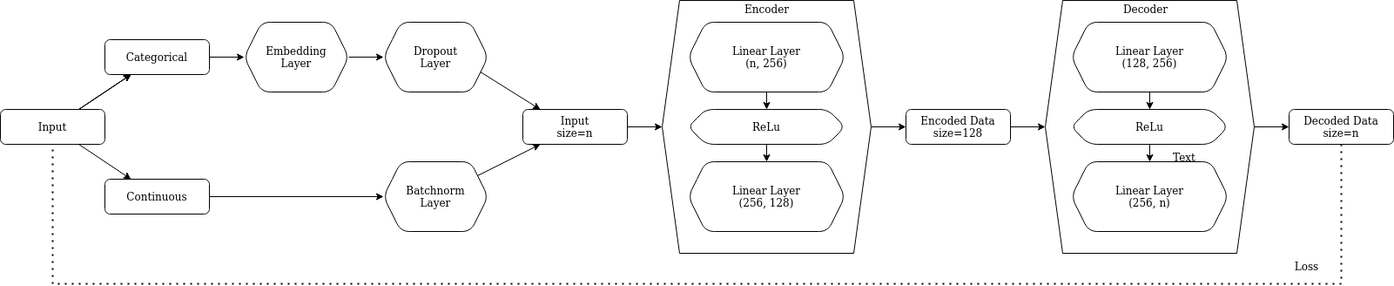
The draw.io diagram AE_diagram.png in Ortgies/credit_risk, before a commit. Source tidied: cells renumbered, new cells last; positions are measured from the earlier drawing's top-left corner, leaving out a move shared by most shapes.
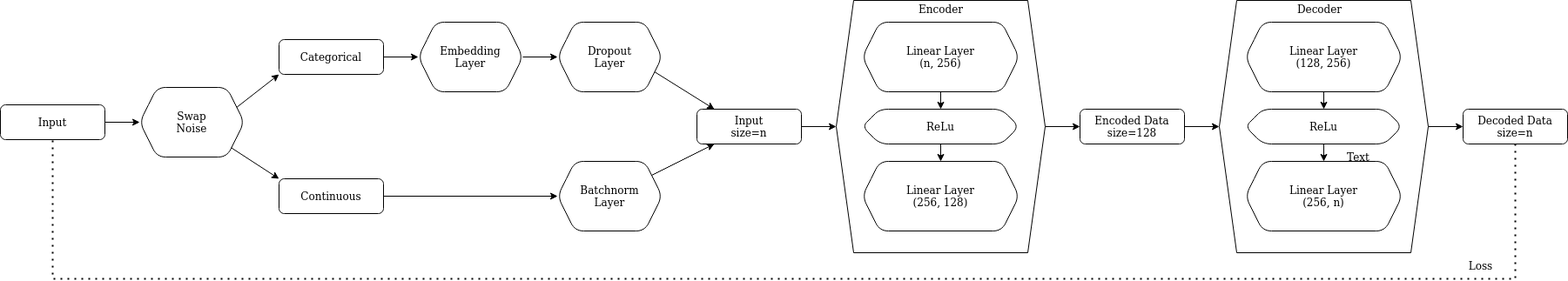
After the commit.

Commit message:
added swap noise to autoencoder

Diff of the diagram source:
```diff
@@ -2,20 +2,11 @@
   <root>
     <mxCell id="0" />
     <mxCell id="1" parent="0" />
-    <mxCell id="2" style="edgeStyle=none;rounded=0;jettySize=auto;html=1;" parent="1" edge="1" source="6" target="8">
-      <mxGeometry relative="1" as="geometry" />
-    </mxCell>
-    <mxCell id="3" style="edgeStyle=none;rounded=0;jettySize=auto;html=1;" parent="1" edge="1" source="6" target="8">
-      <mxGeometry relative="1" as="geometry" />
-    </mxCell>
-    <mxCell id="4" style="edgeStyle=none;rounded=0;jettySize=auto;html=1;" parent="1" edge="1" source="6" target="8">
-      <mxGeometry relative="1" as="geometry" />
-    </mxCell>
-    <mxCell id="5" style="edgeStyle=none;rounded=0;jettySize=auto;html=1;" parent="1" edge="1" source="6" target="10">
-      <mxGeometry relative="1" as="geometry" />
-    </mxCell>
+    <mxCell id="42" style="edgeStyle=orthogonalEdgeStyle;rounded=0;jettySize=auto;html=1;" parent="1" edge="1" source="6" target="43">
+      <mxGeometry relative="1" as="geometry" />
+    </mxCell>
     <mxCell id="6" value="Input" style="rounded=1;whiteSpace=wrap;html=1;fontSize=12;glass=0;strokeWidth=1;shadow=0;" parent="1" vertex="1">
-      <mxGeometry y="125" width="120" height="40" as="geometry" />
+      <mxGeometry x="-200" y="120" width="120" height="40" as="geometry" />
     </mxCell>
     <mxCell id="7" style="edgeStyle=none;rounded=0;jettySize=auto;html=1;" parent="1" edge="1" source="8" target="12">
       <mxGeometry relative="1" as="geometry" />
@@ -111,12 +102,11 @@
     <mxCell id="36" value="&lt;div&gt;Linear Layer&lt;/div&gt;&lt;div&gt;(256, n)&lt;br&gt;&lt;/div&gt;" style="shape=hexagon;perimeter=hexagonPerimeter2;whiteSpace=wrap;html=1;fixedSize=1;rounded=1;glass=0;strokeWidth=1;shadow=0;" parent="1" vertex="1">
       <mxGeometry x="1230" y="185" width="180" height="80" as="geometry" />
     </mxCell>
-    <mxCell id="37" style="endArrow=none;dashed=1;html=1;dashPattern=1 3;strokeWidth=2;rounded=0;edgeStyle=orthogonalEdgeStyle;" parent="1" edge="1" target="6">
+    <mxCell id="37" style="endArrow=none;dashed=1;html=1;dashPattern=1 3;strokeWidth=2;rounded=0;edgeStyle=orthogonalEdgeStyle;exitX=0.5;exitY=1;exitDx=0;exitDy=0;" parent="1" edge="1" source="25" target="6">
       <mxGeometry relative="1" as="geometry">
-        <mxPoint x="1540" y="165" as="sourcePoint" />
         <Array as="points">
-          <mxPoint x="1540" y="325" />
-          <mxPoint x="60" y="325" />
+          <mxPoint x="1540" y="320" />
+          <mxPoint x="-140" y="320" />
         </Array>
       </mxGeometry>
     </mxCell>
@@ -132,5 +122,14 @@
     <mxCell id="41" value="Loss" style="text;html=1;align=center;verticalAlign=middle;strokeColor=none;fillColor=none;" parent="1" vertex="1">
       <mxGeometry x="1480" y="295" width="40" height="20" as="geometry" />
     </mxCell>
+    <mxCell id="43" value="&lt;div&gt;Swap&lt;/div&gt;&lt;div&gt;Noise&lt;br&gt;&lt;/div&gt;" style="shape=hexagon;perimeter=hexagonPerimeter2;whiteSpace=wrap;html=1;fixedSize=1;rounded=1;glass=0;strokeWidth=1;shadow=0;" parent="1" vertex="1">
+      <mxGeometry x="-40" y="100" width="120" height="80" as="geometry" />
+    </mxCell>
+    <mxCell id="44" style="endArrow=classic;html=1;rounded=0;entryX=0;entryY=0;entryDx=0;entryDy=0;" parent="1" edge="1" source="43" target="10">
+      <mxGeometry relative="1" as="geometry" />
+    </mxCell>
+    <mxCell id="45" style="endArrow=classic;html=1;rounded=0;entryX=0;entryY=1;entryDx=0;entryDy=0;exitX=1;exitY=0.25;exitDx=0;exitDy=0;" parent="1" edge="1" source="43" target="8">
+      <mxGeometry relative="1" as="geometry" />
+    </mxCell>
   </root>
 </mxGraphModel>
```
